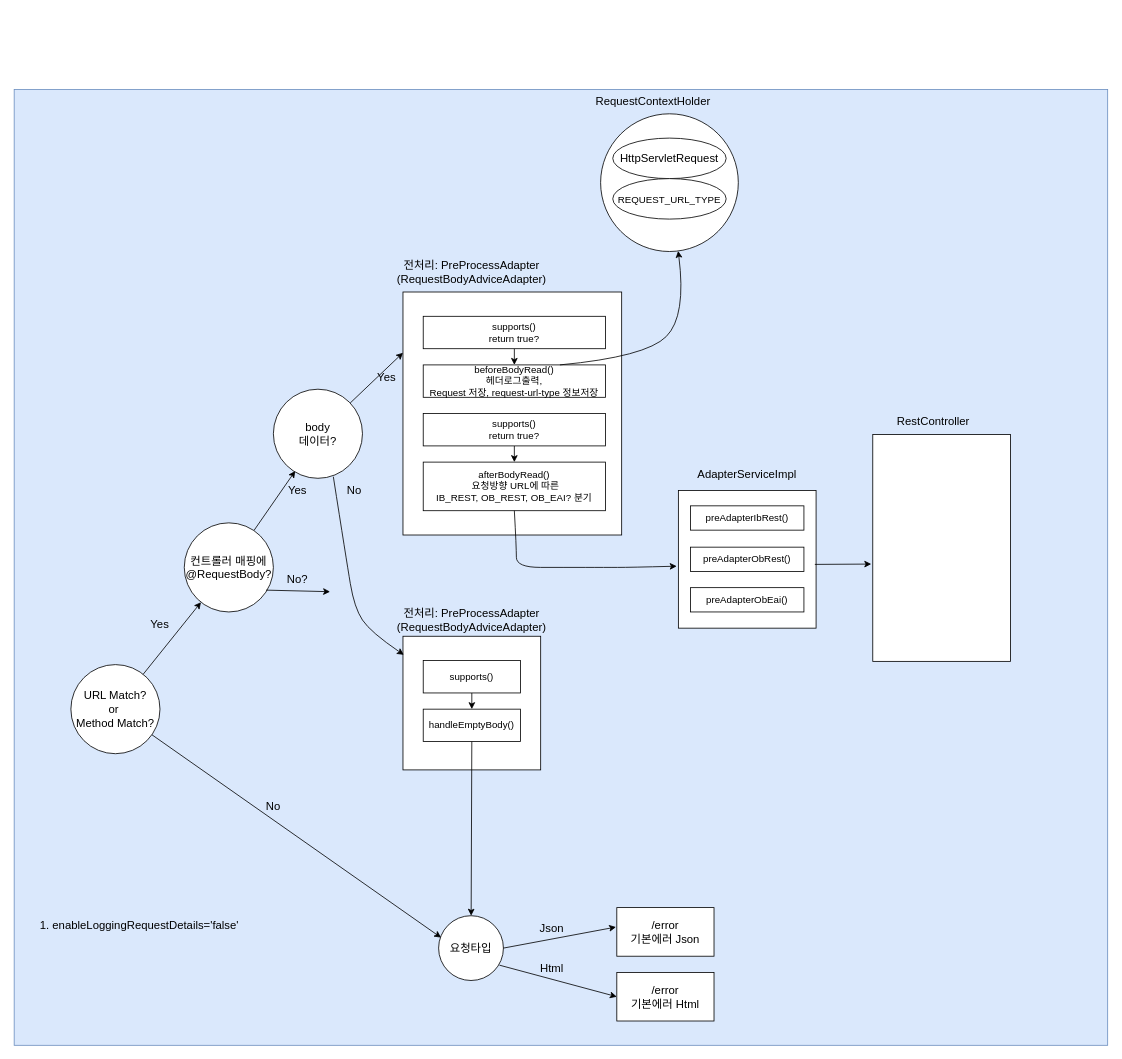
Before: page "Spring아키텍처" (15 of 16) of Untitled Diagram.drawio in nodeman/Kubernetes, a draw.io diagram. Source tidied: cells renumbered, new cells numbered last; positions are measured from the earlier drawing's top-left corner, leaving out a move shared by most shapes. Both pictures are drawn from the tidied source at 81%, with x=0, y=0 at pixel (14, 89).
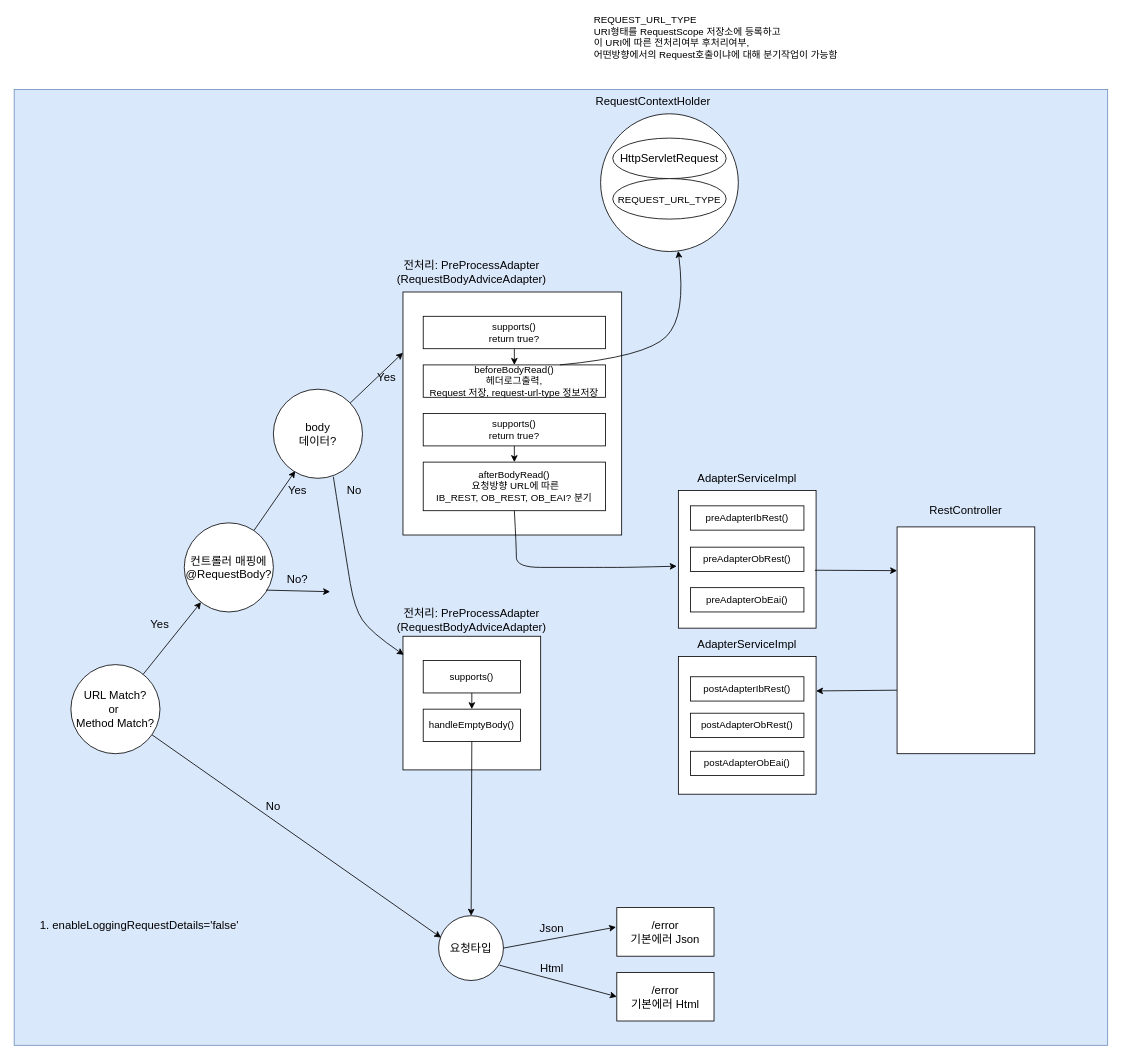
The same page after the edit.

The change refers to these unchanged cells:
```xml
<mxCell id="11" style="rounded=0;whiteSpace=wrap;html=1;" parent="1" vertex="1">
  <mxGeometry x="820" y="495" width="170" height="170" as="geometry" />
</mxCell>
```

Diff of the diagram source:
```diff
@@
     <mxCell id="12" value="&lt;span style=&quot;font-size: 14px;&quot;&gt;RestController&lt;br&gt;&lt;/span&gt;" style="text;html=1;strokeColor=none;fillColor=none;align=center;verticalAlign=middle;whiteSpace=wrap;rounded=0;" parent="1" vertex="1">
-      <mxGeometry x="1030" y="395" width="210" height="30" as="geometry" />
+      <mxGeometry x="1070" y="505" width="210" height="30" as="geometry" />
     </mxCell>
@@
     <mxCell id="23" style="rounded=0;whiteSpace=wrap;html=1;" parent="1" vertex="1">
-      <mxGeometry x="1060" y="426" width="170" height="280" as="geometry" />
+      <mxGeometry x="1090" y="540" width="170" height="280" as="geometry" />
     </mxCell>
@@
-    <mxCell id="48" value="&lt;font style=&quot;font-size: 12px;&quot;&gt;REQUEST_URL_TYPE&lt;/font&gt;" style="ellipse;whiteSpace=wrap;html=1;fontSize=14;" parent="1" vertex="1">
+    <mxCell id="48" value="&lt;font style=&quot;font-size: 12px;&quot;&gt;REQUEST_URL_TYPE&lt;br&gt;&lt;/font&gt;" style="ellipse;whiteSpace=wrap;html=1;fontSize=14;" parent="1" vertex="1">
       <mxGeometry x="739" y="110" width="140" height="50" as="geometry" />
     </mxCell>
@@
     <mxCell id="50" value="&lt;span style=&quot;font-size: 14px;&quot;&gt;AdapterServiceImpl&lt;br&gt;&lt;/span&gt;" style="text;html=1;strokeColor=none;fillColor=none;align=center;verticalAlign=middle;whiteSpace=wrap;rounded=0;" parent="1" vertex="1">
-      <mxGeometry x="835" y="460" width="140" height="30" as="geometry" />
+      <mxGeometry x="835" y="465" width="140" height="30" as="geometry" />
     </mxCell>
@@
-    <mxCell id="54" style="endArrow=classic;html=1;rounded=0;fontSize=14;exitX=0.991;exitY=0.537;exitDx=0;exitDy=0;exitPerimeter=0;entryX=-0.011;entryY=0.571;entryDx=0;entryDy=0;entryPerimeter=0;" parent="1" edge="1" source="11" target="23">
-      <mxGeometry relative="1" as="geometry" />
+    <mxCell id="54" style="endArrow=classic;html=1;rounded=0;fontSize=14;exitX=0.991;exitY=0.562;exitDx=0;exitDy=0;exitPerimeter=0;" parent="1" edge="1">
+      <mxGeometry relative="1" as="geometry">
+        <mxPoint x="988.5" y="593.5" as="sourcePoint" />
+        <mxPoint x="1090" y="594" as="targetPoint" />
+      </mxGeometry>
     </mxCell>
+    <mxCell id="55" value="REQUEST_URL_TYPE&lt;br&gt;&lt;span style=&quot;text-align: center;&quot;&gt;URI형태를 RequestScope 저장소에 등록하고&lt;/span&gt;&lt;span style=&quot;text-align: center; background-color: initial;&quot;&gt;&lt;br&gt;이 URI에 따른 전처리여부 후처리여부, &lt;br&gt;어떤방향에서의 Request호출이냐에 대해 분기작업이 가능함&lt;/span&gt;&lt;br&gt;&lt;p&gt;&lt;br style=&quot;font-size: 18px;&quot;&gt;&lt;/p&gt;" style="text;html=1;strokeColor=none;fillColor=none;align=left;verticalAlign=middle;whiteSpace=wrap;rounded=0;fontSize=12;" parent="1" vertex="1">
+      <mxGeometry x="714" y="-60" width="346" height="30" as="geometry" />
+    </mxCell>
+    <mxCell id="56" style="rounded=0;whiteSpace=wrap;html=1;" parent="1" vertex="1">
+      <mxGeometry x="820" y="700" width="170" height="170" as="geometry" />
+    </mxCell>
+    <mxCell id="57" style="endArrow=classic;html=1;rounded=0;fontSize=14;exitX=-0.001;exitY=0.72;exitDx=0;exitDy=0;exitPerimeter=0;entryX=1;entryY=0.25;entryDx=0;entryDy=0;" parent="1" edge="1" source="23" target="56">
+      <mxGeometry relative="1" as="geometry" />
+    </mxCell>
+    <mxCell id="58" value="&lt;span style=&quot;font-size: 14px;&quot;&gt;AdapterServiceImpl&lt;br&gt;&lt;/span&gt;" style="text;html=1;strokeColor=none;fillColor=none;align=center;verticalAlign=middle;whiteSpace=wrap;rounded=0;" parent="1" vertex="1">
+      <mxGeometry x="835" y="670" width="140" height="30" as="geometry" />
+    </mxCell>
+    <mxCell id="59" value="postAdapterIbRest()" style="rounded=0;whiteSpace=wrap;html=1;" parent="1" vertex="1">
+      <mxGeometry x="835" y="725" width="140" height="30" as="geometry" />
+    </mxCell>
+    <mxCell id="60" value="postAdapterObRest()" style="rounded=0;whiteSpace=wrap;html=1;" parent="1" vertex="1">
+      <mxGeometry x="835" y="770" width="140" height="30" as="geometry" />
+    </mxCell>
+    <mxCell id="61" value="postAdapterObEai()" style="rounded=0;whiteSpace=wrap;html=1;" parent="1" vertex="1">
+      <mxGeometry x="835" y="817" width="140" height="30" as="geometry" />
+    </mxCell>
```
